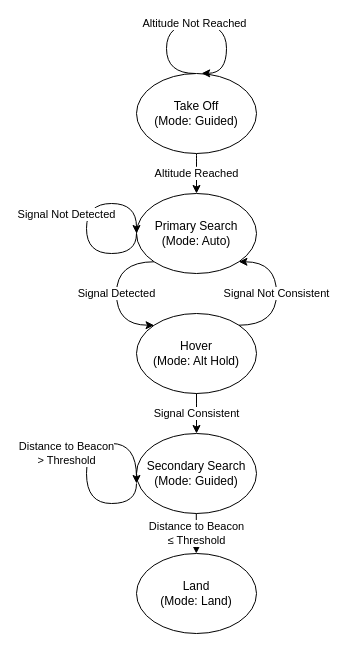
The draw.io diagram docs/diagrams/software_states.drawio in AviDrone/backend, before the edit. Source tidied: cells renumbered, new cells numbered last; positions are measured from the earlier drawing's top-left corner, leaving out a move shared by most shapes. Both pictures are drawn from the tidied source at 100%, with x=0, y=0 at pixel (86, 23).
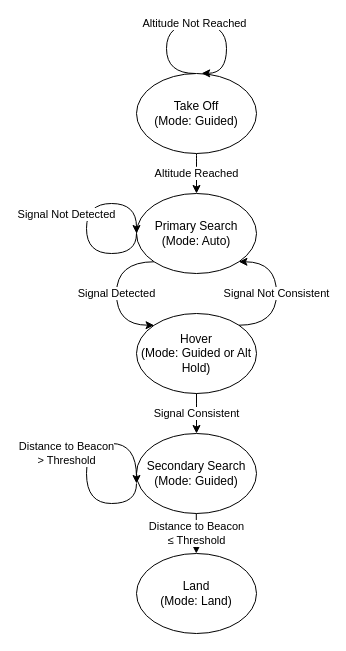
The same diagram, later.

Diff of the diagram source:
```diff
@@
-    <mxCell id="6" value="Hover&lt;br&gt;(Mode: Alt Hold)" style="ellipse;whiteSpace=wrap;html=1;" parent="1" vertex="1">
+    <mxCell id="6" value="Hover&lt;br&gt;(Mode: Guided or Alt Hold)" style="ellipse;whiteSpace=wrap;html=1;" parent="1" vertex="1">
       <mxGeometry x="50" y="290" width="120" height="80" as="geometry" />
     </mxCell>
```
